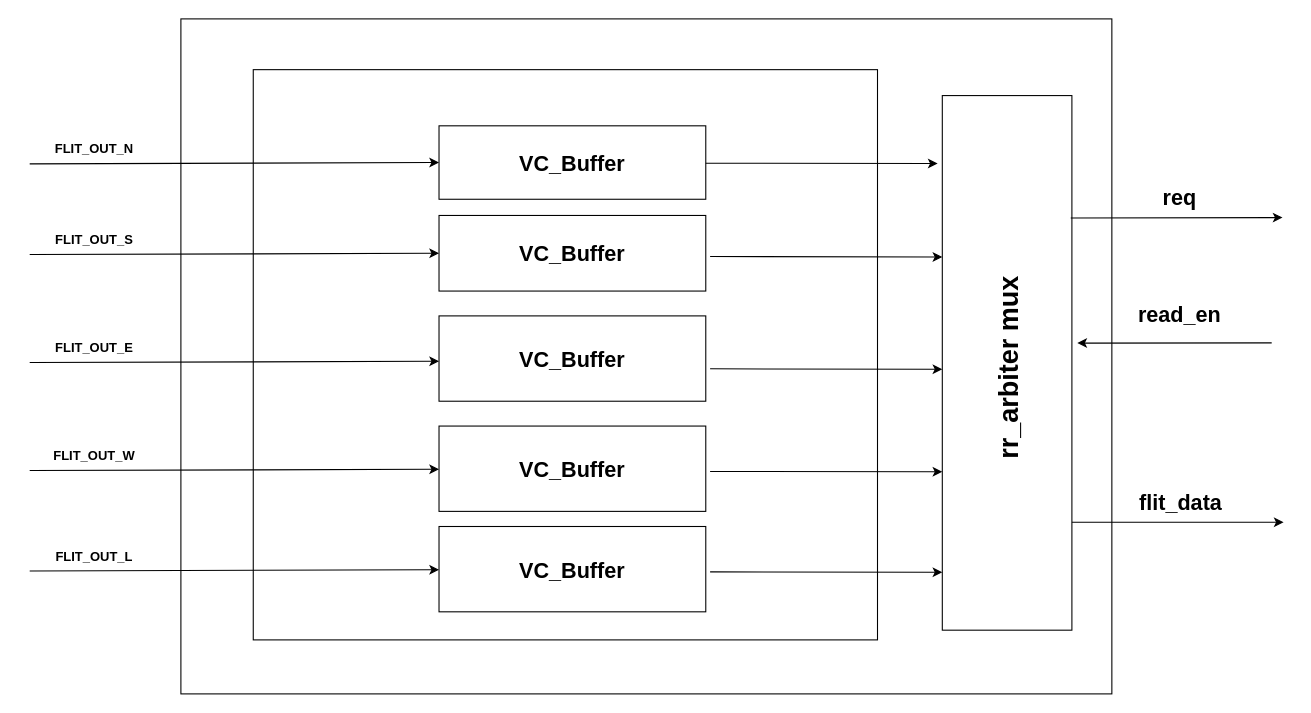
Akilax0/minimal_NoC keeps this draw.io diagram as page "temp-output_module" (14 of 18) of NoC.drawio. Above is the earlier version. Source tidied: cells renumbered, new cells numbered last; positions are measured from the earlier drawing's top-left corner, leaving out a move shared by most shapes. Both pictures are drawn from the tidied source at 108%, with x=0, y=0 at pixel (18, 18).
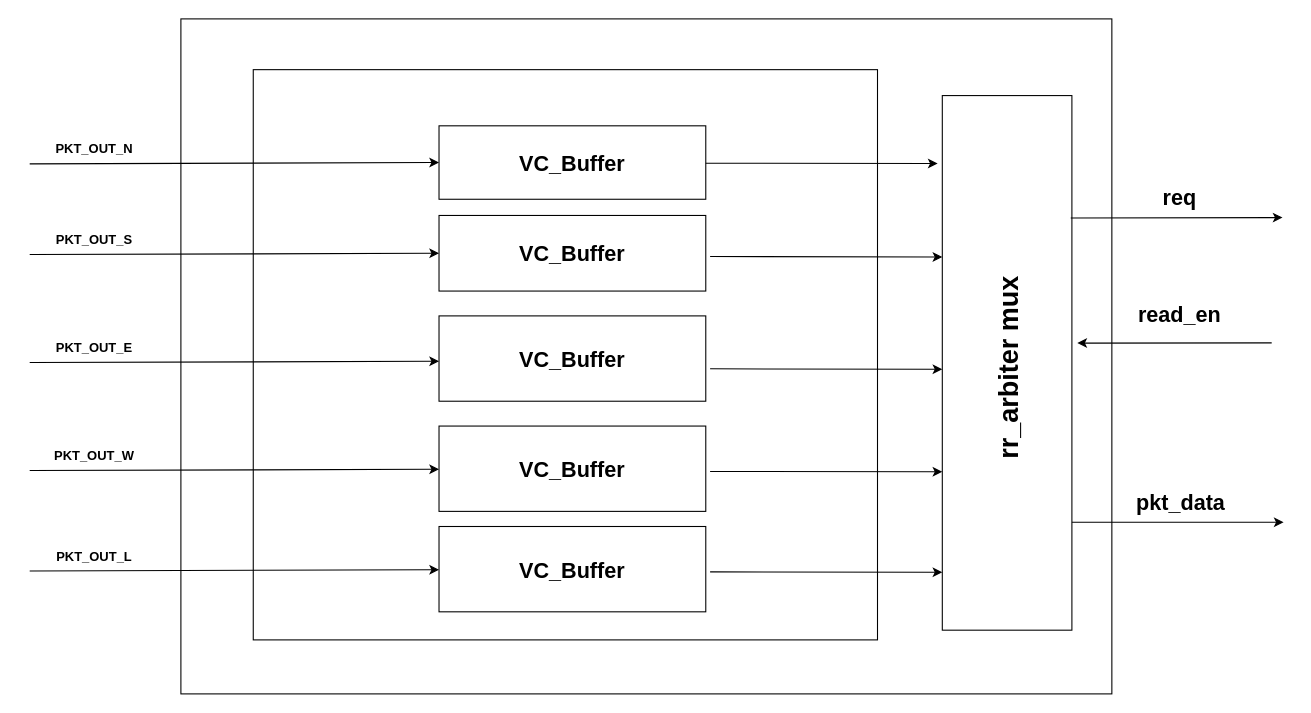
Above is the later version.

Change to the diagram source:
```diff
@@
-    <mxCell id="11" value="&lt;span&gt;FLIT_OUT_N&lt;/span&gt;" style="text;html=1;strokeColor=none;fillColor=none;align=center;verticalAlign=middle;whiteSpace=wrap;rounded=0;fontStyle=1;" parent="1" vertex="1">
+    <mxCell id="11" value="PKT_OUT_N" style="text;html=1;strokeColor=none;fillColor=none;align=center;verticalAlign=middle;whiteSpace=wrap;rounded=0;fontStyle=1;" parent="1" vertex="1">
       <mxGeometry y="106" width="140" height="30" as="geometry" />
     </mxCell>
@@
-    <mxCell id="13" value="&lt;span&gt;FLIT_OUT_S&lt;/span&gt;" style="text;html=1;strokeColor=none;fillColor=none;align=center;verticalAlign=middle;whiteSpace=wrap;rounded=0;fontStyle=1;" parent="1" vertex="1">
+    <mxCell id="13" value="&lt;span&gt;PKT_OUT_S&lt;/span&gt;" style="text;html=1;strokeColor=none;fillColor=none;align=center;verticalAlign=middle;whiteSpace=wrap;rounded=0;fontStyle=1;" parent="1" vertex="1">
       <mxGeometry y="190" width="140" height="30" as="geometry" />
     </mxCell>
@@
-    <mxCell id="15" value="&lt;span&gt;FLIT_OUT_E&lt;/span&gt;" style="text;html=1;strokeColor=none;fillColor=none;align=center;verticalAlign=middle;whiteSpace=wrap;rounded=0;fontStyle=1;" parent="1" vertex="1">
+    <mxCell id="15" value="&lt;span&gt;PKT_OUT_E&lt;/span&gt;" style="text;html=1;strokeColor=none;fillColor=none;align=center;verticalAlign=middle;whiteSpace=wrap;rounded=0;fontStyle=1;" parent="1" vertex="1">
       <mxGeometry y="290" width="140" height="30" as="geometry" />
     </mxCell>
@@
-    <mxCell id="17" value="&lt;span&gt;FLIT_OUT_W&lt;/span&gt;" style="text;html=1;strokeColor=none;fillColor=none;align=center;verticalAlign=middle;whiteSpace=wrap;rounded=0;fontStyle=1;" parent="1" vertex="1">
+    <mxCell id="17" value="&lt;span&gt;PKT_OUT_W&lt;/span&gt;" style="text;html=1;strokeColor=none;fillColor=none;align=center;verticalAlign=middle;whiteSpace=wrap;rounded=0;fontStyle=1;" parent="1" vertex="1">
       <mxGeometry y="390" width="140" height="30" as="geometry" />
     </mxCell>
@@
-    <mxCell id="25" value="&lt;font style=&quot;font-size: 20px;&quot;&gt;&lt;b&gt;flit_data&lt;/b&gt;&lt;/font&gt;" style="text;html=1;strokeColor=none;fillColor=none;align=center;verticalAlign=middle;whiteSpace=wrap;rounded=0;" parent="1" vertex="1">
+    <mxCell id="25" value="&lt;span style=&quot;font-size: 20px;&quot;&gt;&lt;b&gt;pkt_data&lt;br&gt;&lt;/b&gt;&lt;/span&gt;" style="text;html=1;strokeColor=none;fillColor=none;align=center;verticalAlign=middle;whiteSpace=wrap;rounded=0;" parent="1" vertex="1">
       <mxGeometry x="1031" y="430" width="90" height="34" as="geometry" />
     </mxCell>
@@
-    <mxCell id="30" value="&lt;span&gt;FLIT_OUT_L&lt;/span&gt;" style="text;html=1;strokeColor=none;fillColor=none;align=center;verticalAlign=middle;whiteSpace=wrap;rounded=0;fontStyle=1;" parent="1" vertex="1">
+    <mxCell id="30" value="&lt;span&gt;PKT_OUT_L&lt;/span&gt;" style="text;html=1;strokeColor=none;fillColor=none;align=center;verticalAlign=middle;whiteSpace=wrap;rounded=0;fontStyle=1;" parent="1" vertex="1">
       <mxGeometry y="483" width="140" height="30" as="geometry" />
     </mxCell>
```
